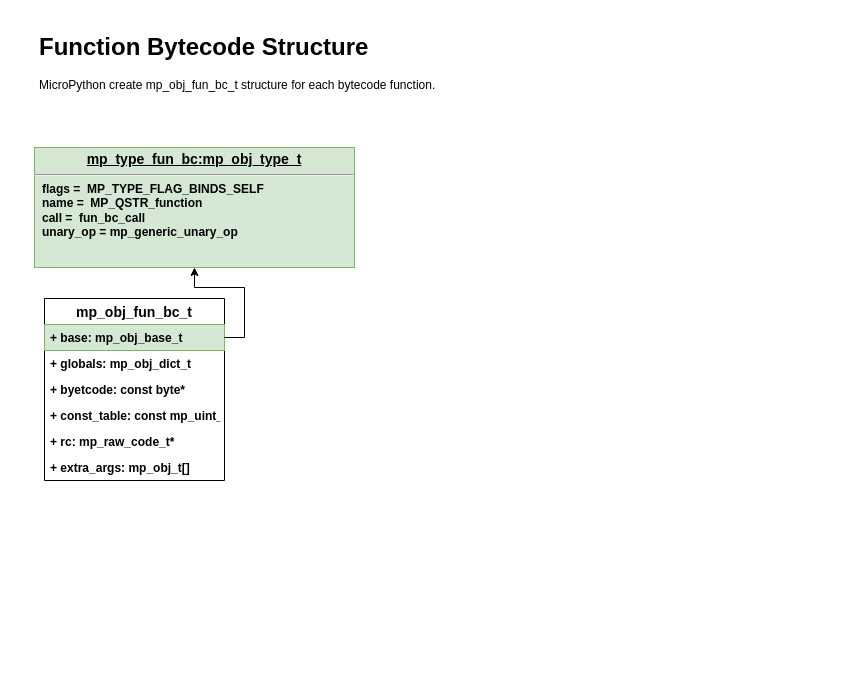
This is uPyIWM/diagrams/mp_obj_fun_bc_t.drawio from over-infinity/-Tutorials, a draw.io file, before an edit. Source tidied: cells renumbered, new cells numbered last; positions are measured from the earlier drawing's top-left corner, leaving out a move shared by most shapes. Both pictures are drawn from the tidied source at 100%, with x=0, y=0 at pixel (34, 27).
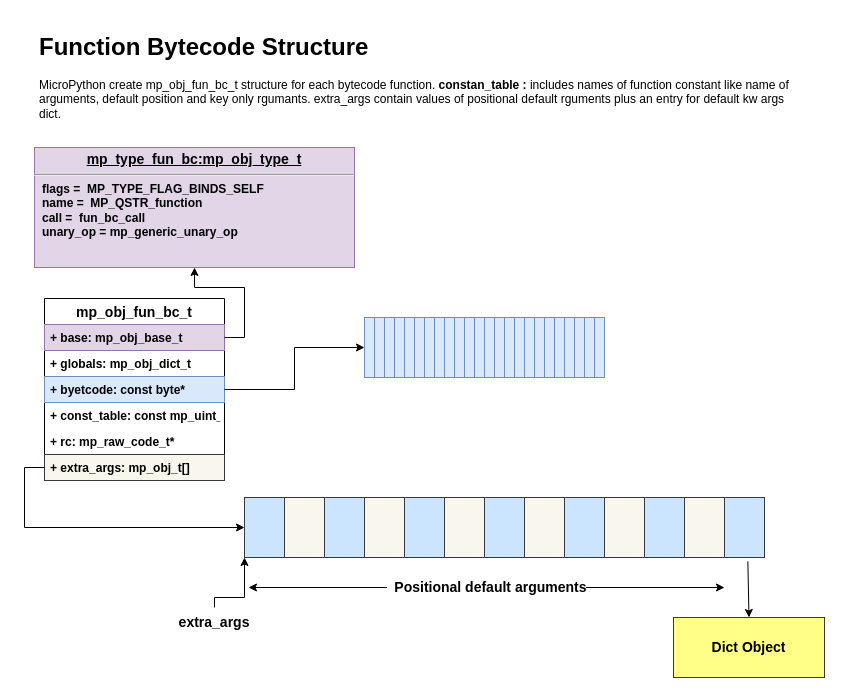
Above is the later version.

Unchanged cells that the change refers to:
```xml
<mxCell id="3" value="mp_obj_fun_bc_t" style="swimlane;fontStyle=1;horizontal=1;startSize=26;fillColor=none;fontSize=14;" parent="1" vertex="1">
  <mxGeometry x="10" y="271" width="180" height="182" as="geometry" />
</mxCell>
```

Change to the diagram source:
```diff
@@
-    <mxCell id="2" value="&lt;h1&gt;Function Bytecode Structure&lt;br&gt;&lt;/h1&gt;&lt;p&gt;MicroPython create mp_obj_fun_bc_t structure for each bytecode function.&lt;br&gt;&lt;/p&gt;" style="text;html=1;strokeColor=none;fillColor=none;spacing=5;spacingTop=-20;whiteSpace=wrap;overflow=hidden;rounded=0;" parent="1" vertex="1">
+    <mxCell id="2" value="&lt;h1&gt;Function Bytecode Structure&lt;br&gt;&lt;/h1&gt;&lt;p&gt;MicroPython create mp_obj_fun_bc_t structure for each bytecode function. &lt;b&gt;constan_table :&lt;/b&gt; includes names of function constant like name of arguments, default position and key only rgumants. extra_args contain values of positional default rguments plus an entry for default kw args dict.&lt;br&gt;&lt;/p&gt;" style="text;html=1;strokeColor=none;fillColor=none;spacing=5;spacingTop=-20;whiteSpace=wrap;overflow=hidden;rounded=0;" parent="1" vertex="1">
       <mxGeometry width="770" height="120" as="geometry" />
     </mxCell>
@@
-    <mxCell id="4" value="+ base: mp_obj_base_t" style="text;strokeColor=#82b366;fillColor=#d5e8d4;align=left;verticalAlign=top;spacingLeft=4;spacingRight=4;overflow=hidden;points=[[0,0.5],[1,0.5]];portConstraint=eastwest;fontStyle=1;" parent="3" vertex="1">
+    <mxCell id="4" value="+ base: mp_obj_base_t" style="text;strokeColor=#9673a6;fillColor=#e1d5e7;align=left;verticalAlign=top;spacingLeft=4;spacingRight=4;overflow=hidden;points=[[0,0.5],[1,0.5]];portConstraint=eastwest;fontStyle=1;" parent="3" vertex="1">
       <mxGeometry y="26" width="180" height="26" as="geometry" />
     </mxCell>
@@
-    <mxCell id="6" value="+ byetcode: const byte*" style="text;strokeColor=none;fillColor=none;align=left;verticalAlign=top;spacingLeft=4;spacingRight=4;overflow=hidden;points=[[0,0.5],[1,0.5]];portConstraint=eastwest;fontStyle=1;" parent="3" vertex="1">
+    <mxCell id="6" value="+ byetcode: const byte*" style="text;strokeColor=#6c8ebf;fillColor=#dae8fc;align=left;verticalAlign=top;spacingLeft=4;spacingRight=4;overflow=hidden;points=[[0,0.5],[1,0.5]];portConstraint=eastwest;fontStyle=1;" parent="3" vertex="1">
       <mxGeometry y="78" width="180" height="26" as="geometry" />
     </mxCell>
@@
-    <mxCell id="9" value="+ extra_args: mp_obj_t[]" style="text;strokeColor=none;fillColor=none;align=left;verticalAlign=top;spacingLeft=4;spacingRight=4;overflow=hidden;points=[[0,0.5],[1,0.5]];portConstraint=eastwest;fontStyle=1;" parent="3" vertex="1">
+    <mxCell id="9" value="+ extra_args: mp_obj_t[]" style="text;strokeColor=#36393d;fillColor=#f9f7ed;align=left;verticalAlign=top;spacingLeft=4;spacingRight=4;overflow=hidden;points=[[0,0.5],[1,0.5]];portConstraint=eastwest;fontStyle=1;" parent="3" vertex="1">
       <mxGeometry y="156" width="180" height="26" as="geometry" />
     </mxCell>
-    <mxCell id="10" value="&lt;p style=&quot;margin: 4px 0px 0px ; text-align: center ; text-decoration: underline ; font-size: 14px&quot;&gt;&lt;span&gt;mp_type_fun_bc:mp_obj_type_t&lt;/span&gt;&lt;/p&gt;&lt;hr&gt;&lt;p style=&quot;margin: 0px ; margin-left: 8px&quot;&gt;flags =&amp;nbsp; MP_TYPE_FLAG_BINDS_SELF&lt;br&gt;name =&amp;nbsp; MP_QSTR_function&lt;br&gt;call =&amp;nbsp; fun_bc_call&lt;/p&gt;&lt;p style=&quot;margin: 0px ; margin-left: 8px&quot;&gt;unary_op = mp_generic_unary_op&lt;/p&gt;&lt;p style=&quot;margin: 0px ; margin-left: 8px&quot;&gt;&lt;br&gt;&lt;/p&gt;" style="verticalAlign=top;align=left;overflow=fill;fontSize=12;fontFamily=Helvetica;html=1;fillColor=#d5e8d4;strokeColor=#82b366;fontStyle=1;" parent="1" vertex="1">
+    <mxCell id="10" value="&lt;p style=&quot;margin: 4px 0px 0px ; text-align: center ; text-decoration: underline ; font-size: 14px&quot;&gt;&lt;span&gt;mp_type_fun_bc:mp_obj_type_t&lt;/span&gt;&lt;/p&gt;&lt;hr&gt;&lt;p style=&quot;margin: 0px ; margin-left: 8px&quot;&gt;flags =&amp;nbsp; MP_TYPE_FLAG_BINDS_SELF&lt;br&gt;name =&amp;nbsp; MP_QSTR_function&lt;br&gt;call =&amp;nbsp; fun_bc_call&lt;/p&gt;&lt;p style=&quot;margin: 0px ; margin-left: 8px&quot;&gt;unary_op = mp_generic_unary_op&lt;/p&gt;&lt;p style=&quot;margin: 0px ; margin-left: 8px&quot;&gt;&lt;br&gt;&lt;/p&gt;" style="verticalAlign=top;align=left;overflow=fill;fontSize=12;fontFamily=Helvetica;html=1;fillColor=#e1d5e7;strokeColor=#9673a6;fontStyle=1;" parent="1" vertex="1">
       <mxGeometry y="120" width="320" height="120" as="geometry" />
     </mxCell>
@@
+    <mxCell id="12" style="group;fillColor=#dae8fc;strokeColor=#6c8ebf;" parent="1" vertex="1">
+      <mxGeometry x="330" y="290" width="240" height="60" as="geometry" />
+    </mxCell>
+    <mxCell id="13" style="rounded=0;whiteSpace=wrap;html=1;fontSize=14;fillColor=#dae8fc;strokeColor=#6c8ebf;" parent="12" vertex="1">
+      <mxGeometry width="240" height="60" as="geometry" />
+    </mxCell>
+    <mxCell id="14" style="rounded=0;whiteSpace=wrap;html=1;fontSize=14;fillColor=#dae8fc;strokeColor=#6c8ebf;" parent="12" vertex="1">
+      <mxGeometry x="10" width="10" height="60" as="geometry" />
+    </mxCell>
+    <mxCell id="15" style="rounded=0;whiteSpace=wrap;html=1;fontSize=14;fillColor=#dae8fc;strokeColor=#6c8ebf;" parent="12" vertex="1">
+      <mxGeometry x="20" width="10" height="60" as="geometry" />
+    </mxCell>
+    <mxCell id="16" style="rounded=0;whiteSpace=wrap;html=1;fontSize=14;fillColor=#dae8fc;strokeColor=#6c8ebf;" parent="12" vertex="1">
+      <mxGeometry x="40" width="10" height="60" as="geometry" />
+    </mxCell>
+    <mxCell id="17" style="rounded=0;whiteSpace=wrap;html=1;fontSize=14;fillColor=#dae8fc;strokeColor=#6c8ebf;" parent="12" vertex="1">
+      <mxGeometry x="50" width="10" height="60" as="geometry" />
+    </mxCell>
+    <mxCell id="18" style="rounded=0;whiteSpace=wrap;html=1;fontSize=14;fillColor=#dae8fc;strokeColor=#6c8ebf;" parent="12" vertex="1">
+      <mxGeometry x="70" width="10" height="60" as="geometry" />
+    </mxCell>
+    <mxCell id="19" style="rounded=0;whiteSpace=wrap;html=1;fontSize=14;fillColor=#dae8fc;strokeColor=#6c8ebf;" parent="12" vertex="1">
+      <mxGeometry x="80" width="10" height="60" as="geometry" />
+    </mxCell>
+    <mxCell id="20" style="rounded=0;whiteSpace=wrap;html=1;fontSize=14;fillColor=#dae8fc;strokeColor=#6c8ebf;" parent="12" vertex="1">
+      <mxGeometry x="90" width="10" height="60" as="geometry" />
+    </mxCell>
+    <mxCell id="21" style="rounded=0;whiteSpace=wrap;html=1;fontSize=14;fillColor=#dae8fc;strokeColor=#6c8ebf;" parent="12" vertex="1">
+      <mxGeometry x="100" width="10" height="60" as="geometry" />
+    </mxCell>
+    <mxCell id="22" style="rounded=0;whiteSpace=wrap;html=1;fontSize=14;fillColor=#dae8fc;strokeColor=#6c8ebf;" parent="12" vertex="1">
+      <mxGeometry x="110" width="10" height="60" as="geometry" />
+    </mxCell>
+    <mxCell id="23" style="rounded=0;whiteSpace=wrap;html=1;fontSize=14;fillColor=#dae8fc;strokeColor=#6c8ebf;" parent="12" vertex="1">
+      <mxGeometry x="120" width="10" height="60" as="geometry" />
+    </mxCell>
+    <mxCell id="24" style="rounded=0;whiteSpace=wrap;html=1;fontSize=14;fillColor=#dae8fc;strokeColor=#6c8ebf;" parent="12" vertex="1">
+      <mxGeometry x="130" width="10" height="60" as="geometry" />
+    </mxCell>
+    <mxCell id="25" style="rounded=0;whiteSpace=wrap;html=1;fontSize=14;fillColor=#dae8fc;strokeColor=#6c8ebf;" parent="12" vertex="1">
+      <mxGeometry x="140" width="10" height="60" as="geometry" />
+    </mxCell>
+    <mxCell id="26" style="rounded=0;whiteSpace=wrap;html=1;fontSize=14;fillColor=#dae8fc;strokeColor=#6c8ebf;" parent="12" vertex="1">
+      <mxGeometry x="150" width="10" height="60" as="geometry" />
+    </mxCell>
+    <mxCell id="27" style="rounded=0;whiteSpace=wrap;html=1;fontSize=14;fillColor=#dae8fc;strokeColor=#6c8ebf;" parent="12" vertex="1">
+      <mxGeometry x="160" width="10" height="60" as="geometry" />
+    </mxCell>
+    <mxCell id="28" style="rounded=0;whiteSpace=wrap;html=1;fontSize=14;fillColor=#dae8fc;strokeColor=#6c8ebf;" parent="12" vertex="1">
+      <mxGeometry x="180" width="10" height="60" as="geometry" />
+    </mxCell>
+    <mxCell id="29" style="rounded=0;whiteSpace=wrap;html=1;fontSize=14;fillColor=#dae8fc;strokeColor=#6c8ebf;" parent="12" vertex="1">
+      <mxGeometry x="190" width="10" height="60" as="geometry" />
+    </mxCell>
+    <mxCell id="30" style="rounded=0;whiteSpace=wrap;html=1;fontSize=14;fillColor=#dae8fc;strokeColor=#6c8ebf;" parent="12" vertex="1">
+      <mxGeometry x="200" width="10" height="60" as="geometry" />
+    </mxCell>
+    <mxCell id="31" style="rounded=0;whiteSpace=wrap;html=1;fontSize=14;fillColor=#dae8fc;strokeColor=#6c8ebf;" parent="12" vertex="1">
+      <mxGeometry x="210" width="10" height="60" as="geometry" />
+    </mxCell>
+    <mxCell id="32" style="rounded=0;whiteSpace=wrap;html=1;fontSize=14;fillColor=#dae8fc;strokeColor=#6c8ebf;" parent="12" vertex="1">
+      <mxGeometry x="220" width="10" height="60" as="geometry" />
+    </mxCell>
+    <mxCell id="33" style="rounded=0;whiteSpace=wrap;html=1;fontSize=14;fillColor=#cce5ff;strokeColor=#36393d;" parent="1" vertex="1">
+      <mxGeometry x="210" y="470" width="520" height="60" as="geometry" />
+    </mxCell>
+    <mxCell id="34" style="rounded=0;whiteSpace=wrap;html=1;fontSize=14;fillColor=#f9f7ed;strokeColor=#36393d;" parent="1" vertex="1">
+      <mxGeometry x="250" y="470" width="40" height="60" as="geometry" />
+    </mxCell>
+    <mxCell id="35" style="rounded=0;whiteSpace=wrap;html=1;fontSize=14;fillColor=#f9f7ed;strokeColor=#36393d;" parent="1" vertex="1">
+      <mxGeometry x="330" y="470" width="40" height="60" as="geometry" />
+    </mxCell>
+    <mxCell id="36" style="rounded=0;whiteSpace=wrap;html=1;fontSize=14;fillColor=#f9f7ed;strokeColor=#36393d;" parent="1" vertex="1">
+      <mxGeometry x="410" y="470" width="40" height="60" as="geometry" />
+    </mxCell>
+    <mxCell id="37" style="rounded=0;whiteSpace=wrap;html=1;fontSize=14;fillColor=#f9f7ed;strokeColor=#36393d;" parent="1" vertex="1">
+      <mxGeometry x="490" y="470" width="40" height="60" as="geometry" />
+    </mxCell>
+    <mxCell id="38" style="rounded=0;whiteSpace=wrap;html=1;fontSize=14;fillColor=#f9f7ed;strokeColor=#36393d;" parent="1" vertex="1">
+      <mxGeometry x="570" y="470" width="40" height="60" as="geometry" />
+    </mxCell>
+    <mxCell id="39" style="rounded=0;whiteSpace=wrap;html=1;fontSize=14;fillColor=#f9f7ed;strokeColor=#36393d;" parent="1" vertex="1">
+      <mxGeometry x="650" y="470" width="40" height="60" as="geometry" />
+    </mxCell>
+    <mxCell id="40" value="&amp;nbsp; Positional default arguments" style="endArrow=classic;startArrow=classic;html=1;rounded=0;fontSize=14;fontStyle=1;" parent="1" edge="1">
+      <mxGeometry relative="1" as="geometry">
+        <mxPoint x="214" y="560" as="sourcePoint" />
+        <mxPoint x="690" y="560" as="targetPoint" />
+      </mxGeometry>
+    </mxCell>
+    <mxCell id="41" style="edgeStyle=orthogonalEdgeStyle;rounded=0;jettySize=auto;html=1;entryX=0;entryY=1;entryDx=0;entryDy=0;fontSize=14;" parent="1" edge="1" source="42" target="33">
+      <mxGeometry relative="1" as="geometry">
+        <Array as="points">
+          <mxPoint x="180" y="570" />
+          <mxPoint x="210" y="570" />
+        </Array>
+      </mxGeometry>
+    </mxCell>
+    <mxCell id="42" value="&lt;div&gt;extra_args&lt;/div&gt;" style="text;html=1;strokeColor=none;fillColor=none;align=center;verticalAlign=middle;whiteSpace=wrap;rounded=0;fontSize=14;fontStyle=1;" parent="1" vertex="1">
+      <mxGeometry x="150" y="580" width="60" height="30" as="geometry" />
+    </mxCell>
+    <mxCell id="43" value="Dict Object" style="rounded=0;whiteSpace=wrap;html=1;fontSize=14;fontStyle=1;fillColor=#ffff88;strokeColor=#36393d;" parent="1" vertex="1">
+      <mxGeometry x="639" y="590" width="151" height="60" as="geometry" />
+    </mxCell>
+    <mxCell id="44" style="endArrow=classic;html=1;rounded=0;fontSize=14;exitX=0.968;exitY=1.065;exitDx=0;exitDy=0;exitPerimeter=0;entryX=0.5;entryY=0;entryDx=0;entryDy=0;" parent="1" edge="1" source="33" target="43">
+      <mxGeometry relative="1" as="geometry" />
+    </mxCell>
+    <mxCell id="45" style="edgeStyle=orthogonalEdgeStyle;rounded=0;jettySize=auto;html=1;entryX=0;entryY=0.5;entryDx=0;entryDy=0;fontSize=14;" parent="1" edge="1" source="6" target="13">
+      <mxGeometry relative="1" as="geometry" />
+    </mxCell>
+    <mxCell id="46" style="edgeStyle=orthogonalEdgeStyle;rounded=0;jettySize=auto;html=1;entryX=0;entryY=0.5;entryDx=0;entryDy=0;fontSize=14;" parent="1" edge="1" source="9" target="33">
+      <mxGeometry relative="1" as="geometry">
+        <Array as="points">
+          <mxPoint x="-10" y="440" />
+          <mxPoint x="-10" y="500" />
+        </Array>
+      </mxGeometry>
+    </mxCell>
```
